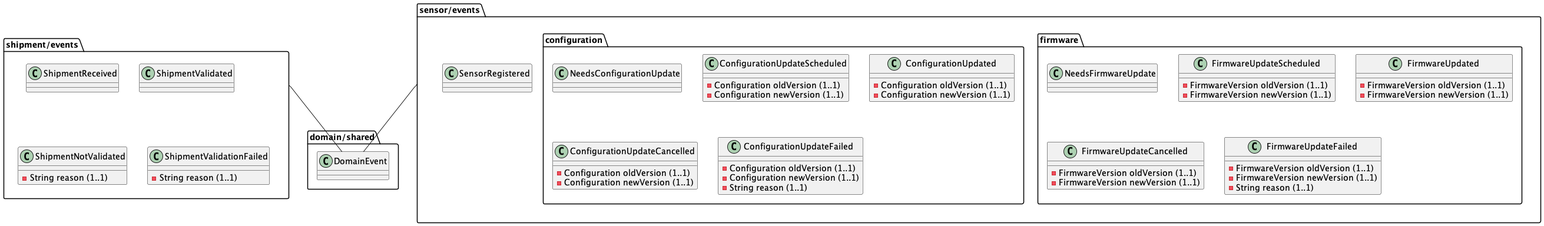
Earlier version of the PlantUML export docs/images/DomainEvents.png (AboutCodingBE/validation-excercise).
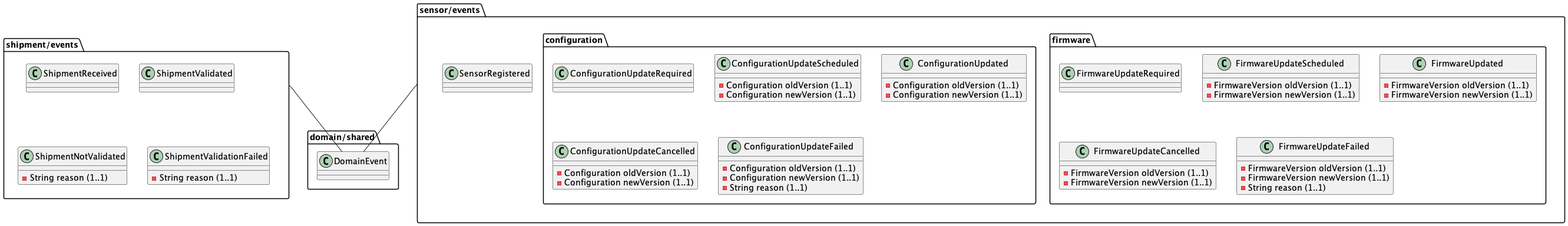
The same file after the commit.

Commit message:
Added domain events

Diff of the diagram source:
```diff
@@ -25,7 +25,7 @@
   class SensorRegistered {}
 
   package firmware {
-      class NeedsFirmwareUpdate
+      class FirmwareUpdateRequired
 
       class FirmwareUpdateScheduled {
         -FirmwareVersion oldVersion (1..1)
@@ -51,7 +51,7 @@
 
   package configuration {
 
-    class NeedsConfigurationUpdate
+    class ConfigurationUpdateRequired
 
     class ConfigurationUpdateScheduled {
       -Configuration oldVersion (1..1)
```
